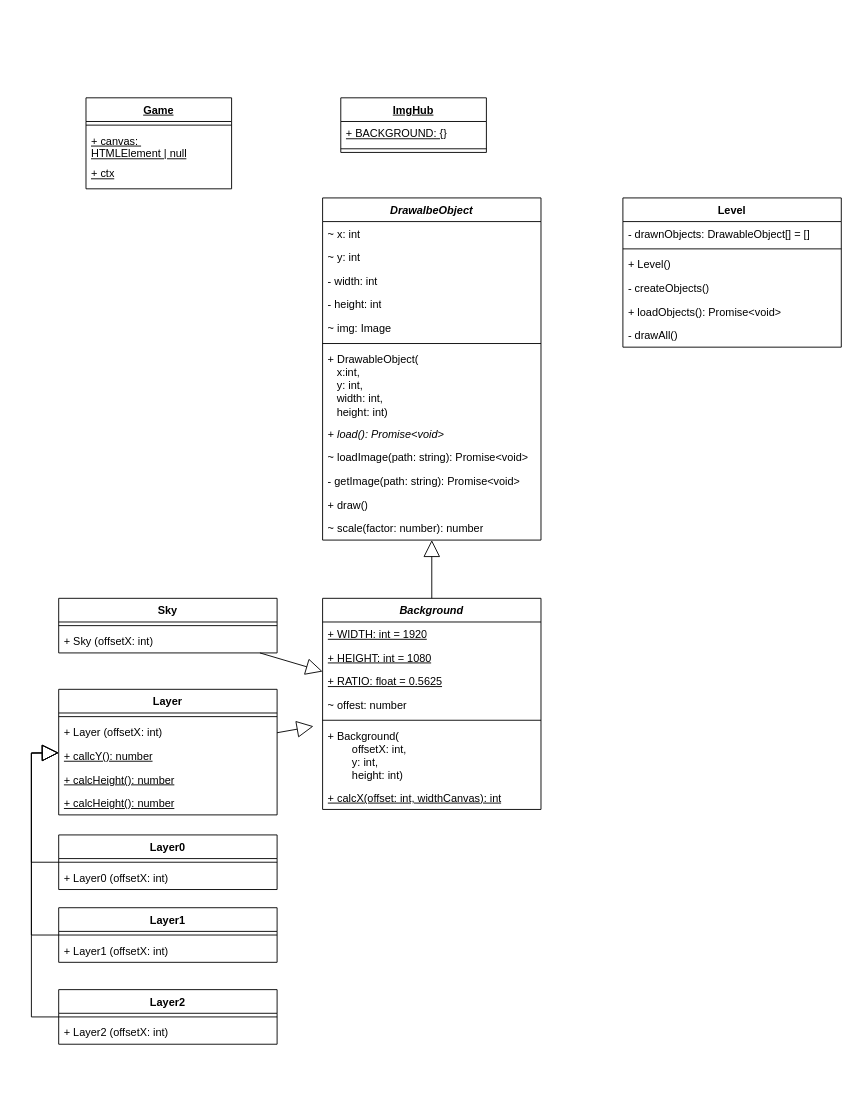
elma1989/el-pollo-loco keeps this draw.io diagram as docs/classes.drawio. Above is the earlier version. Source tidied: cells renumbered, new cells numbered last; positions are measured from the earlier drawing's top-left corner, leaving out a move shared by most shapes. Both pictures are drawn from the tidied source at 91%, with x=0, y=0 at pixel (31, 97).
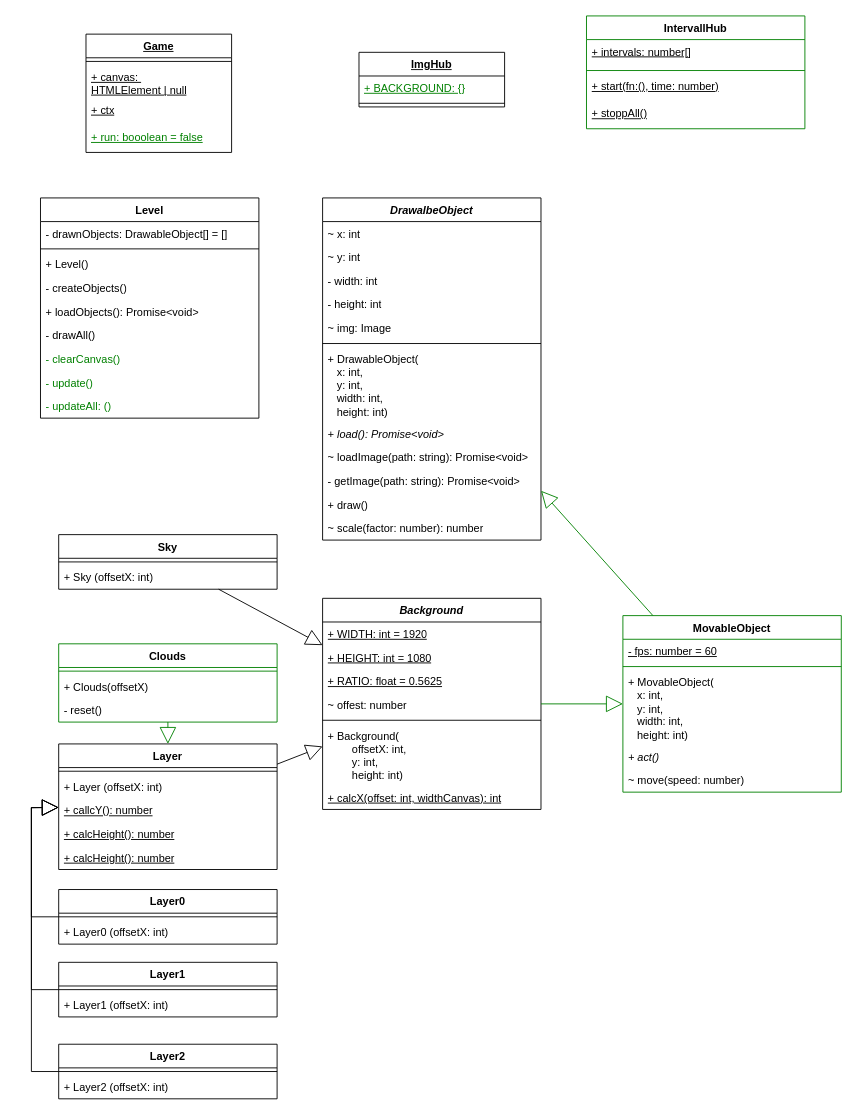
The same diagram, later.

Commit message (it also covers changes not shown here):
doc: Updated classes.drawio - Adjust changes for clouds

Unchanged cells that the change refers to:
```xml
<mxCell id="9" value="DrawalbeObject" style="swimlane;fontStyle=3;align=center;verticalAlign=top;horizontal=1;startSize=26;whiteSpace=wrap;html=1;" parent="1" vertex="1">
  <mxGeometry x="320" y="110" width="240" height="376" as="geometry" />
</mxCell>
<mxCell id="22" value="Background" style="swimlane;fontStyle=3;align=center;verticalAlign=top;horizontal=1;startSize=26;whiteSpace=wrap;html=1;" parent="1" vertex="1">
  <mxGeometry x="320" y="550" width="240" height="232" as="geometry" />
</mxCell>
```

Diff of the diagram source:
```diff
@@
     <mxCell id="2" value="Game" style="swimlane;fontStyle=5;align=center;verticalAlign=top;horizontal=1;startSize=26;whiteSpace=wrap;html=1;" parent="1" vertex="1">
-      <mxGeometry x="60" width="160" height="100" as="geometry" />
+      <mxGeometry x="60" y="-70" width="160" height="130" as="geometry" />
     </mxCell>
@@
+    <mxCell id="61" value="+ run: booolean = false" style="text;strokeColor=none;fillColor=none;align=left;verticalAlign=top;spacingLeft=4;spacingRight=4;overflow=hidden;whiteSpace=wrap;html=1;fontStyle=4;fontColor=light-dark(#008000,#80FF80);" parent="2" vertex="1">
+      <mxGeometry y="100" width="160" height="30" as="geometry" />
+    </mxCell>
     <mxCell id="6" value="ImgHub" style="swimlane;fontStyle=5;align=center;verticalAlign=top;horizontal=1;startSize=26;whiteSpace=wrap;html=1;" parent="1" vertex="1">
-      <mxGeometry x="340" width="160" height="60" as="geometry" />
+      <mxGeometry x="360" y="-50" width="160" height="60" as="geometry" />
     </mxCell>
-    <mxCell id="7" value="+ BACKGROUND: {}" style="text;strokeColor=none;fillColor=none;align=left;verticalAlign=top;spacingLeft=4;spacingRight=4;overflow=hidden;whiteSpace=wrap;html=1;fontStyle=4;" parent="6" vertex="1">
+    <mxCell id="7" value="+ BACKGROUND: {}" style="text;strokeColor=none;fillColor=none;align=left;verticalAlign=top;spacingLeft=4;spacingRight=4;overflow=hidden;whiteSpace=wrap;html=1;fontStyle=4;fontColor=light-dark(#008000,#80FF80);" parent="6" vertex="1">
       <mxGeometry y="26" width="160" height="26" as="geometry" />
     </mxCell>
@@
-    <mxCell id="16" value="+ DrawableObject(&lt;div&gt;&amp;nbsp; &amp;nbsp;x:int,&lt;/div&gt;&lt;div&gt;&amp;nbsp; &amp;nbsp;y: int,&lt;/div&gt;&lt;div&gt;&amp;nbsp; &amp;nbsp;width: int,&lt;/div&gt;&lt;div&gt;&amp;nbsp; &amp;nbsp;height: int)&lt;/div&gt;" style="text;strokeColor=none;fillColor=none;align=left;verticalAlign=top;spacingLeft=4;spacingRight=4;overflow=hidden;whiteSpace=wrap;html=1;" parent="9" vertex="1">
+    <mxCell id="16" value="+ DrawableObject(&lt;div&gt;&amp;nbsp; &amp;nbsp;x: int,&lt;/div&gt;&lt;div&gt;&amp;nbsp; &amp;nbsp;y: int,&lt;/div&gt;&lt;div&gt;&amp;nbsp; &amp;nbsp;width: int,&lt;/div&gt;&lt;div&gt;&amp;nbsp; &amp;nbsp;height: int)&lt;/div&gt;" style="text;strokeColor=none;fillColor=none;align=left;verticalAlign=top;spacingLeft=4;spacingRight=4;overflow=hidden;whiteSpace=wrap;html=1;" parent="9" vertex="1">
       <mxGeometry y="164" width="240" height="82" as="geometry" />
     </mxCell>
@@
     <mxCell id="30" value="Sky" style="swimlane;fontStyle=1;align=center;verticalAlign=top;horizontal=1;startSize=26;whiteSpace=wrap;html=1;" parent="1" vertex="1">
-      <mxGeometry x="30" y="550" width="240" height="60" as="geometry" />
+      <mxGeometry x="30" y="480" width="240" height="60" as="geometry" />
     </mxCell>
@@
     <mxCell id="33" value="Layer" style="swimlane;fontStyle=1;align=center;verticalAlign=top;horizontal=1;startSize=26;whiteSpace=wrap;html=1;" parent="1" vertex="1">
-      <mxGeometry x="30" y="650" width="240" height="138" as="geometry" />
+      <mxGeometry x="30" y="710" width="240" height="138" as="geometry" />
     </mxCell>
@@
     <mxCell id="39" value="Layer0" style="swimlane;fontStyle=1;align=center;verticalAlign=top;horizontal=1;startSize=26;whiteSpace=wrap;html=1;" parent="1" vertex="1">
-      <mxGeometry x="30" y="810" width="240" height="60" as="geometry" />
+      <mxGeometry x="30" y="870" width="240" height="60" as="geometry" />
     </mxCell>
@@
     <mxCell id="42" value="Layer1" style="swimlane;fontStyle=1;align=center;verticalAlign=top;horizontal=1;startSize=26;whiteSpace=wrap;html=1;" parent="1" vertex="1">
-      <mxGeometry x="30" y="890" width="240" height="60" as="geometry" />
+      <mxGeometry x="30" y="950" width="240" height="60" as="geometry" />
     </mxCell>
@@
     <mxCell id="45" value="Layer2" style="swimlane;fontStyle=1;align=center;verticalAlign=top;horizontal=1;startSize=26;whiteSpace=wrap;html=1;" parent="1" vertex="1">
-      <mxGeometry x="30" y="980" width="240" height="60" as="geometry" />
+      <mxGeometry x="30" y="1040" width="240" height="60" as="geometry" />
     </mxCell>
@@
-    <mxCell id="48" style="endArrow=block;endSize=16;endFill=0;html=1;rounded=0;" parent="1" edge="1" source="22" target="9">
+    <mxCell id="48" style="endArrow=block;endSize=16;endFill=0;html=1;rounded=0;strokeColor=light-dark(#008000,#80FF80);" parent="1" edge="1" source="22" target="65">
       <mxGeometry relative="1" as="geometry" />
     </mxCell>
@@
-    <mxCell id="50" style="endArrow=block;endSize=16;endFill=0;html=1;rounded=0;" parent="1" edge="1" source="33">
-      <mxGeometry relative="1" as="geometry">
-        <mxPoint x="310" y="690.6" as="targetPoint" />
-      </mxGeometry>
+    <mxCell id="50" style="endArrow=block;endSize=16;endFill=0;html=1;rounded=0;" parent="1" edge="1" source="33" target="22">
+      <mxGeometry relative="1" as="geometry" />
     </mxCell>
     <mxCell id="51" style="endArrow=block;endSize=16;endFill=0;html=1;rounded=0;exitX=0;exitY=0.5;exitDx=0;exitDy=0;" parent="1" edge="1" source="39" target="33">
       <mxGeometry relative="1" as="geometry">
         <Array as="points">
-          <mxPoint y="840" />
-          <mxPoint y="720" />
+          <mxPoint y="900" />
+          <mxPoint y="780" />
         </Array>
       </mxGeometry>
     </mxCell>
     <mxCell id="52" style="endArrow=block;endSize=16;endFill=0;html=1;rounded=0;exitX=0;exitY=0.5;exitDx=0;exitDy=0;" parent="1" edge="1" source="42" target="33">
       <mxGeometry relative="1" as="geometry">
         <Array as="points">
-          <mxPoint y="920" />
-          <mxPoint y="720" />
+          <mxPoint y="980" />
+          <mxPoint y="780" />
         </Array>
       </mxGeometry>
     </mxCell>
     <mxCell id="53" style="endArrow=block;endSize=16;endFill=0;html=1;rounded=0;exitX=0;exitY=0.5;exitDx=0;exitDy=0;" parent="1" edge="1" source="45" target="33">
       <mxGeometry relative="1" as="geometry">
         <Array as="points">
-          <mxPoint y="1010" />
-          <mxPoint y="720" />
+          <mxPoint y="1070" />
+          <mxPoint y="780" />
         </Array>
       </mxGeometry>
     </mxCell>
     <mxCell id="54" value="Level" style="swimlane;fontStyle=1;align=center;verticalAlign=top;horizontal=1;startSize=26;whiteSpace=wrap;html=1;" parent="1" vertex="1">
-      <mxGeometry x="650" y="110" width="240" height="164" as="geometry" />
+      <mxGeometry x="10" y="110" width="240" height="242" as="geometry" />
     </mxCell>
@@
+    <mxCell id="62" value="- clearCanvas()" style="text;align=left;verticalAlign=top;spacingLeft=4;spacingRight=4;overflow=hidden;whiteSpace=wrap;html=1;fontColor=light-dark(#008000,#80FF80);" parent="54" vertex="1">
+      <mxGeometry y="164" width="240" height="26" as="geometry" />
+    </mxCell>
+    <mxCell id="63" value="- update()" style="text;strokeColor=none;fillColor=none;align=left;verticalAlign=top;spacingLeft=4;spacingRight=4;overflow=hidden;whiteSpace=wrap;html=1;fontColor=light-dark(#008000,#80FF80);" parent="54" vertex="1">
+      <mxGeometry y="190" width="240" height="26" as="geometry" />
+    </mxCell>
+    <mxCell id="64" value="- updateAll: ()" style="text;strokeColor=none;fillColor=none;align=left;verticalAlign=top;spacingLeft=4;spacingRight=4;overflow=hidden;whiteSpace=wrap;html=1;fontColor=light-dark(#008000,#80FF80);" parent="54" vertex="1">
+      <mxGeometry y="216" width="240" height="26" as="geometry" />
+    </mxCell>
+    <mxCell id="65" value="MovableObject" style="swimlane;align=center;verticalAlign=top;horizontal=1;startSize=26;whiteSpace=wrap;html=1;strokeColor=light-dark(#008000,#80FF80);" parent="1" vertex="1">
+      <mxGeometry x="650" y="569" width="240" height="194" as="geometry" />
+    </mxCell>
+    <mxCell id="66" value="- fps: number = 60" style="text;strokeColor=none;fillColor=none;align=left;verticalAlign=top;spacingLeft=4;spacingRight=4;overflow=hidden;whiteSpace=wrap;html=1;fontStyle=4;" parent="65" vertex="1">
+      <mxGeometry y="26" width="240" height="26" as="geometry" />
+    </mxCell>
+    <mxCell id="67" style="line;strokeWidth=1;fillColor=none;align=left;verticalAlign=middle;spacingTop=-1;spacingLeft=3;spacingRight=3;labelPosition=right;strokeColor=inherit;" parent="65" vertex="1">
+      <mxGeometry y="52" width="240" height="8" as="geometry" />
+    </mxCell>
+    <mxCell id="68" value="+ MovableObject(&lt;div&gt;&amp;nbsp; &amp;nbsp;x: int,&lt;/div&gt;&lt;div&gt;&amp;nbsp; &amp;nbsp;y: int,&lt;/div&gt;&lt;div&gt;&amp;nbsp; &amp;nbsp;width: int,&lt;/div&gt;&lt;div&gt;&amp;nbsp; &amp;nbsp;height: int)&lt;/div&gt;" style="text;strokeColor=none;fillColor=none;align=left;verticalAlign=top;spacingLeft=4;spacingRight=4;overflow=hidden;whiteSpace=wrap;html=1;" parent="65" vertex="1">
+      <mxGeometry y="60" width="240" height="82" as="geometry" />
+    </mxCell>
+    <mxCell id="69" value="+ act()" style="text;strokeColor=none;fillColor=none;align=left;verticalAlign=top;spacingLeft=4;spacingRight=4;overflow=hidden;whiteSpace=wrap;html=1;fontStyle=2;" parent="65" vertex="1">
+      <mxGeometry y="142" width="240" height="26" as="geometry" />
+    </mxCell>
+    <mxCell id="70" value="~ move(speed: number)" style="text;strokeColor=none;fillColor=none;align=left;verticalAlign=top;spacingLeft=4;spacingRight=4;overflow=hidden;whiteSpace=wrap;html=1;fontStyle=0;" parent="65" vertex="1">
+      <mxGeometry y="168" width="240" height="26" as="geometry" />
+    </mxCell>
+    <mxCell id="71" value="IntervallHub" style="swimlane;align=center;verticalAlign=top;horizontal=1;startSize=26;whiteSpace=wrap;html=1;strokeColor=light-dark(#008000,#80FF80);" parent="1" vertex="1">
+      <mxGeometry x="610" y="-90" width="240" height="124" as="geometry" />
+    </mxCell>
+    <mxCell id="72" value="+ intervals: number[]" style="text;strokeColor=none;fillColor=none;align=left;verticalAlign=top;spacingLeft=4;spacingRight=4;overflow=hidden;whiteSpace=wrap;html=1;fontStyle=4;" parent="71" vertex="1">
+      <mxGeometry y="26" width="240" height="30" as="geometry" />
+    </mxCell>
+    <mxCell id="73" style="line;strokeWidth=1;fillColor=none;align=left;verticalAlign=middle;spacingTop=-1;spacingLeft=3;spacingRight=3;labelPosition=right;strokeColor=inherit;" parent="71" vertex="1">
+      <mxGeometry y="56" width="240" height="8" as="geometry" />
+    </mxCell>
+    <mxCell id="74" value="+ start(fn:(), time: number)" style="text;strokeColor=none;fillColor=none;align=left;verticalAlign=top;spacingLeft=4;spacingRight=4;overflow=hidden;whiteSpace=wrap;html=1;fontStyle=4;" parent="71" vertex="1">
+      <mxGeometry y="64" width="240" height="30" as="geometry" />
+    </mxCell>
+    <mxCell id="75" value="+ stoppAll()" style="text;strokeColor=none;fillColor=none;align=left;verticalAlign=top;spacingLeft=4;spacingRight=4;overflow=hidden;whiteSpace=wrap;html=1;fontStyle=4;" parent="71" vertex="1">
+      <mxGeometry y="94" width="240" height="30" as="geometry" />
+    </mxCell>
+    <mxCell id="76" value="Clouds" style="swimlane;align=center;verticalAlign=top;horizontal=1;startSize=26;whiteSpace=wrap;html=1;strokeColor=light-dark(#008000,#80FF80);" parent="1" vertex="1">
+      <mxGeometry x="30" y="600" width="240" height="86" as="geometry" />
+    </mxCell>
+    <mxCell id="77" style="line;strokeWidth=1;fillColor=none;align=left;verticalAlign=middle;spacingTop=-1;spacingLeft=3;spacingRight=3;labelPosition=right;strokeColor=inherit;" parent="76" vertex="1">
+      <mxGeometry y="26" width="240" height="8" as="geometry" />
+    </mxCell>
+    <mxCell id="78" value="+ Clouds(offsetX)" style="text;strokeColor=none;fillColor=none;align=left;verticalAlign=top;spacingLeft=4;spacingRight=4;overflow=hidden;whiteSpace=wrap;html=1;" parent="76" vertex="1">
+      <mxGeometry y="34" width="240" height="26" as="geometry" />
+    </mxCell>
+    <mxCell id="79" value="- reset()" style="text;strokeColor=none;fillColor=none;align=left;verticalAlign=top;spacingLeft=4;spacingRight=4;overflow=hidden;whiteSpace=wrap;html=1;" parent="76" vertex="1">
+      <mxGeometry y="60" width="240" height="26" as="geometry" />
+    </mxCell>
+    <mxCell id="80" style="endArrow=block;endSize=16;endFill=0;html=1;rounded=0;strokeColor=light-dark(#008000,#80FF80);" parent="1" edge="1" source="65" target="9">
+      <mxGeometry relative="1" as="geometry" />
+    </mxCell>
+    <mxCell id="81" style="endArrow=block;endSize=16;endFill=0;html=1;rounded=0;strokeColor=light-dark(#008000,#80FF80);" parent="1" edge="1" source="76" target="33">
+      <mxGeometry relative="1" as="geometry" />
+    </mxCell>
```
